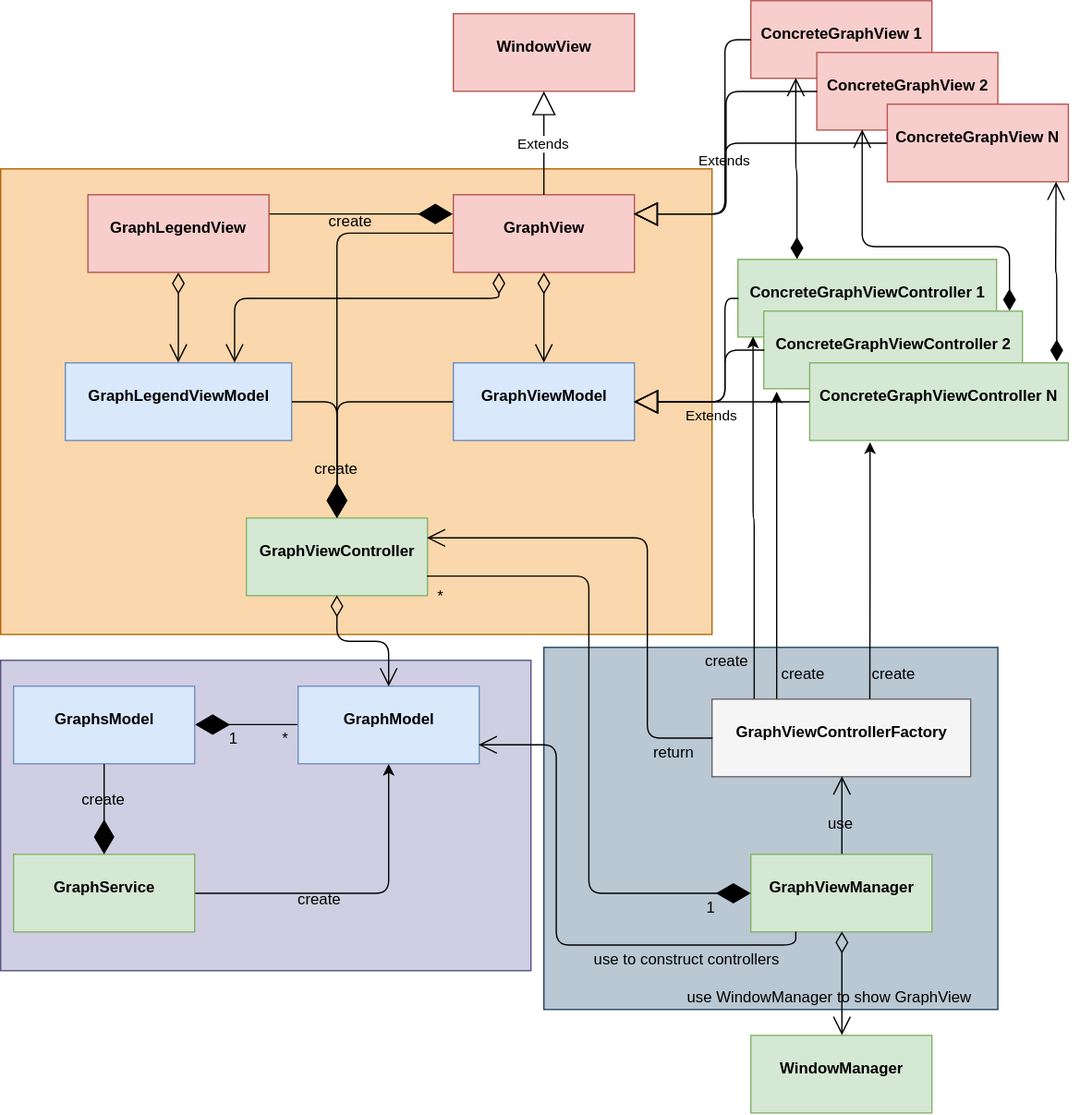
The draw.io diagram WebClient/doc/components/graph/images/GraphArchitecture-View.svg in ecodistrict/DesignModule, before a commit. Source tidied: cells renumbered, new cells last; positions are measured from the earlier drawing's top-left corner, leaving out a move shared by most shapes.
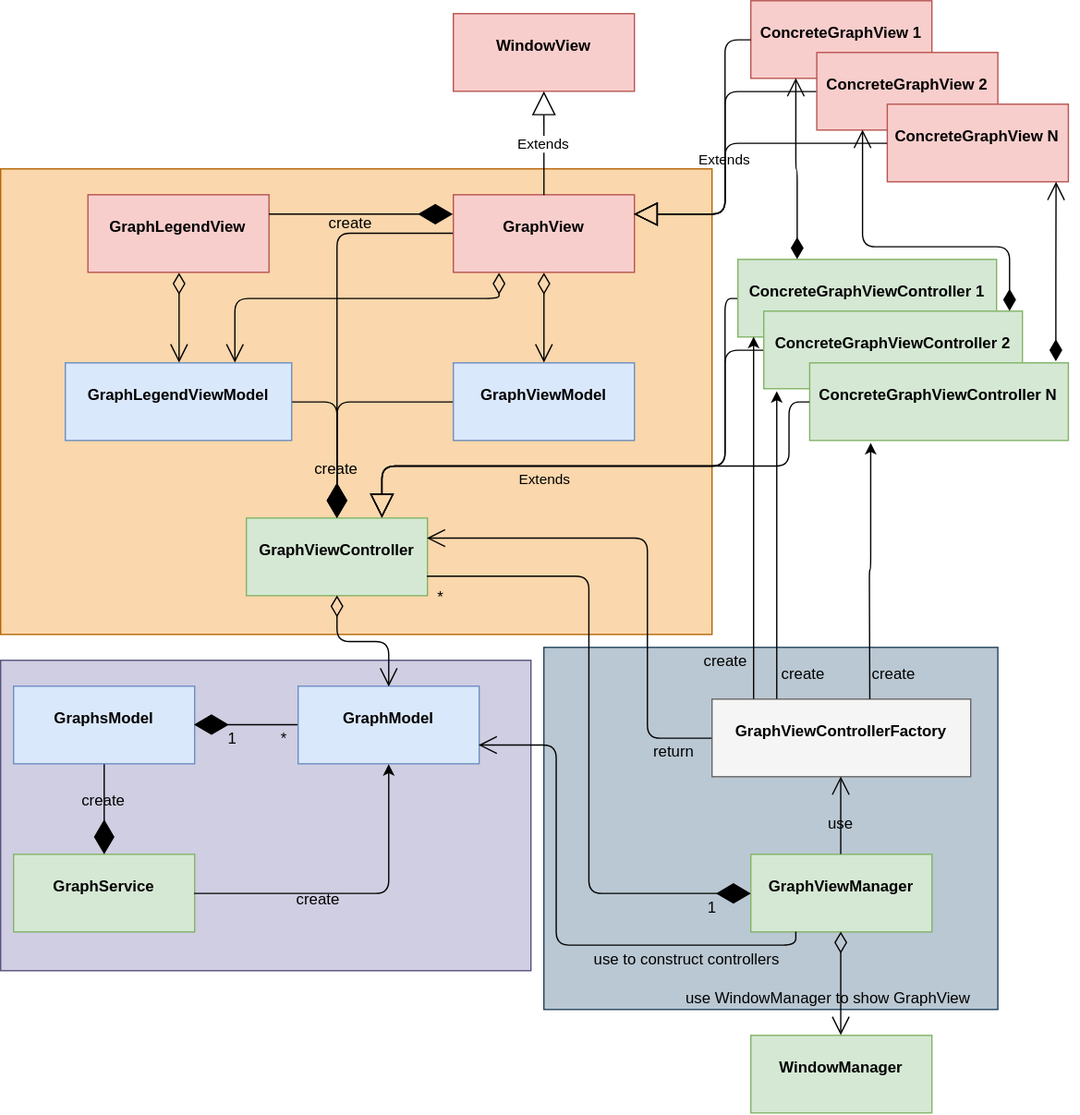
The same diagram one commit later.

Commit message:
WebClient: fix Graph component documentation.

What changed in the source:
```diff
@@ -209,25 +209,30 @@
         </Array>
       </mxGeometry>
     </mxCell>
-    <mxCell id="55" style="endArrow=block;endSize=16;endFill=0;html=1;edgeStyle=orthogonalEdgeStyle;labelBackgroundColor=none;exitX=0;exitY=0.5;" parent="1" edge="1" source="50">
+    <mxCell id="55" style="endArrow=block;endSize=16;endFill=0;html=1;edgeStyle=orthogonalEdgeStyle;labelBackgroundColor=none;exitX=0;exitY=0.5;entryX=0.75;entryY=0;" parent="1" edge="1" source="50" target="10">
       <mxGeometry relative="1" as="geometry">
-        <mxPoint x="490" y="310" as="targetPoint" />
         <Array as="points">
           <mxPoint x="560" y="270" />
-          <mxPoint x="560" y="310" />
+          <mxPoint x="560" y="360" />
+          <mxPoint x="295" y="360" />
         </Array>
       </mxGeometry>
     </mxCell>
-    <mxCell id="56" style="endArrow=block;endSize=16;endFill=0;html=1;exitX=0;exitY=0.5;edgeStyle=orthogonalEdgeStyle;labelBackgroundColor=none;" parent="1" edge="1" source="51">
+    <mxCell id="56" style="endArrow=block;endSize=16;endFill=0;html=1;exitX=0;exitY=0.5;edgeStyle=orthogonalEdgeStyle;labelBackgroundColor=none;entryX=0.75;entryY=0;" parent="1" edge="1" source="51" target="10">
       <mxGeometry relative="1" as="geometry">
-        <mxPoint x="490" y="310" as="targetPoint" />
+        <Array as="points">
+          <mxPoint x="610" y="310" />
+          <mxPoint x="610" y="360" />
+          <mxPoint x="295" y="360" />
+        </Array>
       </mxGeometry>
     </mxCell>
-    <mxCell id="57" value="Extends" style="endArrow=block;endSize=16;endFill=0;html=1;exitX=0;exitY=0.5;entryX=1;entryY=0.5;edgeStyle=orthogonalEdgeStyle;labelBackgroundColor=none;" parent="1" edge="1" source="49" target="9">
+    <mxCell id="57" value="Extends" style="endArrow=block;endSize=16;endFill=0;html=1;exitX=0;exitY=0.5;entryX=0.75;entryY=0;edgeStyle=orthogonalEdgeStyle;labelBackgroundColor=none;" parent="1" edge="1" source="49" target="10">
       <mxGeometry x="0.25" y="10" relative="1" as="geometry">
         <Array as="points">
           <mxPoint x="560" y="230" />
-          <mxPoint x="560" y="310" />
+          <mxPoint x="560" y="360" />
+          <mxPoint x="295" y="360" />
         </Array>
       </mxGeometry>
     </mxCell>
```
